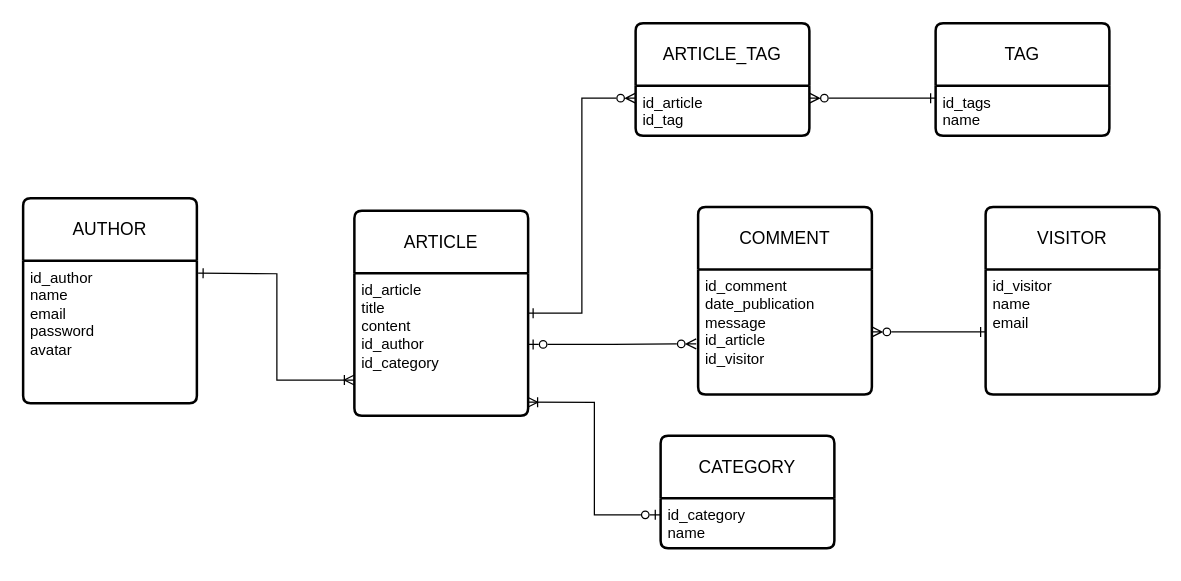
observadoro/mer keeps this draw.io diagram as page "02-wordpress" (2 of 2) of diagrams/ejercicios-01.drawio. Above is the earlier version. Source tidied: cells renumbered, new cells numbered last; positions are measured from the earlier drawing's top-left corner, leaving out a move shared by most shapes. Both pictures are drawn from the tidied source at 125%, with x=0, y=0 at pixel (22, 22).
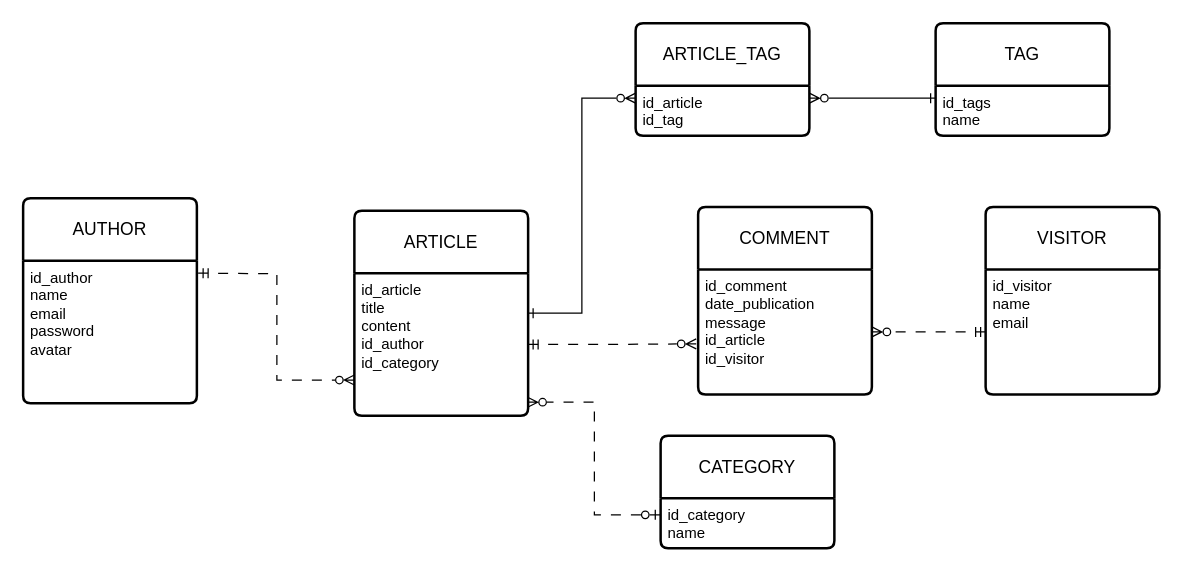
Above is the later version.

The change refers to these unchanged cells:
```xml
<mxCell id="6" value="&lt;div&gt;id_article&lt;/div&gt;title&lt;div&gt;content&lt;/div&gt;&lt;div&gt;id_author&lt;/div&gt;&lt;div&gt;id_category&lt;/div&gt;" style="align=left;strokeColor=none;fillColor=none;spacingLeft=4;spacingRight=4;fontSize=12;verticalAlign=top;html=1;whiteSpace=wrap;" parent="5" vertex="1">
  <mxGeometry y="50" width="139" height="114" as="geometry" />
</mxCell>
<mxCell id="8" value="&lt;div&gt;id_category&lt;/div&gt;&lt;div&gt;name&lt;/div&gt;&lt;div&gt;&lt;br&gt;&lt;/div&gt;" style="align=left;strokeColor=none;fillColor=none;spacingLeft=4;spacingRight=4;fontSize=12;verticalAlign=top;html=1;whiteSpace=wrap;" parent="7" vertex="1">
  <mxGeometry y="50" width="139" height="40" as="geometry" />
</mxCell>
<mxCell id="13" value="&lt;div&gt;id_comment&lt;/div&gt;&lt;div&gt;date_publication&lt;/div&gt;&lt;div&gt;message&lt;/div&gt;&lt;div&gt;id_article&lt;/div&gt;&lt;div&gt;id_visitor&lt;/div&gt;&lt;div&gt;&lt;br&gt;&lt;/div&gt;" style="align=left;strokeColor=none;fillColor=none;spacingLeft=4;spacingRight=4;fontSize=12;verticalAlign=top;html=1;whiteSpace=wrap;" parent="12" vertex="1">
  <mxGeometry y="50" width="139" height="100" as="geometry" />
</mxCell>
<mxCell id="20" value="&lt;div&gt;id_visitor&lt;/div&gt;&lt;div&gt;name&lt;/div&gt;&lt;div&gt;email&lt;/div&gt;&lt;div&gt;&lt;br&gt;&lt;/div&gt;" style="align=left;strokeColor=none;fillColor=none;spacingLeft=4;spacingRight=4;fontSize=12;verticalAlign=top;html=1;whiteSpace=wrap;" parent="19" vertex="1">
  <mxGeometry y="50" width="139" height="100" as="geometry" />
</mxCell>
```

Diff of the diagram source:
```diff
@@
-    <mxCell id="14" style="edgeStyle=orthogonalEdgeStyle;rounded=0;jettySize=auto;html=1;entryX=0;entryY=0.75;entryDx=0;entryDy=0;startArrow=ERone;startFill=0;endArrow=ERoneToMany;endFill=0;" parent="1" edge="1" target="6">
+    <mxCell id="14" style="edgeStyle=orthogonalEdgeStyle;rounded=0;jettySize=auto;html=1;entryX=0;entryY=0.75;entryDx=0;entryDy=0;startArrow=ERmandOne;startFill=0;endArrow=ERzeroToMany;endFill=0;dashed=1;dashPattern=8 8;" parent="1" edge="1" target="6">
       <mxGeometry x="-0.3" relative="1" as="geometry">
         <mxPoint x="140" y="200" as="sourcePoint" />
       </mxGeometry>
     </mxCell>
-    <mxCell id="15" style="edgeStyle=orthogonalEdgeStyle;rounded=0;jettySize=auto;html=1;entryX=0.997;entryY=0.906;entryDx=0;entryDy=0;entryPerimeter=0;startArrow=ERzeroToOne;startFill=0;endArrow=ERoneToMany;endFill=0;exitX=-0.002;exitY=0.334;exitDx=0;exitDy=0;exitPerimeter=0;" parent="1" edge="1" source="8" target="6">
-      <mxGeometry x="0.1" relative="1" as="geometry" />
+    <mxCell id="15" style="edgeStyle=orthogonalEdgeStyle;rounded=0;jettySize=auto;html=1;entryX=0.997;entryY=0.906;entryDx=0;entryDy=0;entryPerimeter=0;startArrow=ERzeroToOne;startFill=0;endArrow=ERzeroToMany;endFill=0;exitX=-0.002;exitY=0.334;exitDx=0;exitDy=0;exitPerimeter=0;dashed=1;dashPattern=8 8;" parent="1" edge="1" source="8" target="6">
+      <mxGeometry x="0.09" relative="1" as="geometry" />
     </mxCell>
@@
-    <mxCell id="18" style="edgeStyle=orthogonalEdgeStyle;rounded=0;jettySize=auto;html=1;entryX=-0.011;entryY=0.596;entryDx=0;entryDy=0;entryPerimeter=0;startArrow=ERzeroToOne;startFill=0;endArrow=ERzeroToMany;endFill=0;" parent="1" edge="1" source="6" target="13">
-      <mxGeometry x="-0.03" relative="1" as="geometry" />
+    <mxCell id="18" style="edgeStyle=orthogonalEdgeStyle;rounded=0;jettySize=auto;html=1;entryX=-0.011;entryY=0.596;entryDx=0;entryDy=0;entryPerimeter=0;startArrow=ERmandOne;startFill=0;endArrow=ERzeroToMany;endFill=0;dashed=1;dashPattern=8 8;" parent="1" edge="1" source="6" target="13">
+      <mxGeometry x="-0.04" relative="1" as="geometry" />
     </mxCell>
@@
-    <mxCell id="21" style="edgeStyle=orthogonalEdgeStyle;rounded=0;jettySize=auto;html=1;endArrow=ERzeroToMany;endFill=0;startArrow=ERone;startFill=0;" parent="1" edge="1" source="20" target="13">
+    <mxCell id="21" style="edgeStyle=orthogonalEdgeStyle;rounded=0;jettySize=auto;html=1;endArrow=ERzeroToMany;endFill=0;startArrow=ERmandOne;startFill=0;dashed=1;dashPattern=8 8;" parent="1" edge="1" source="20" target="13">
       <mxGeometry relative="1" as="geometry" />
     </mxCell>
```
